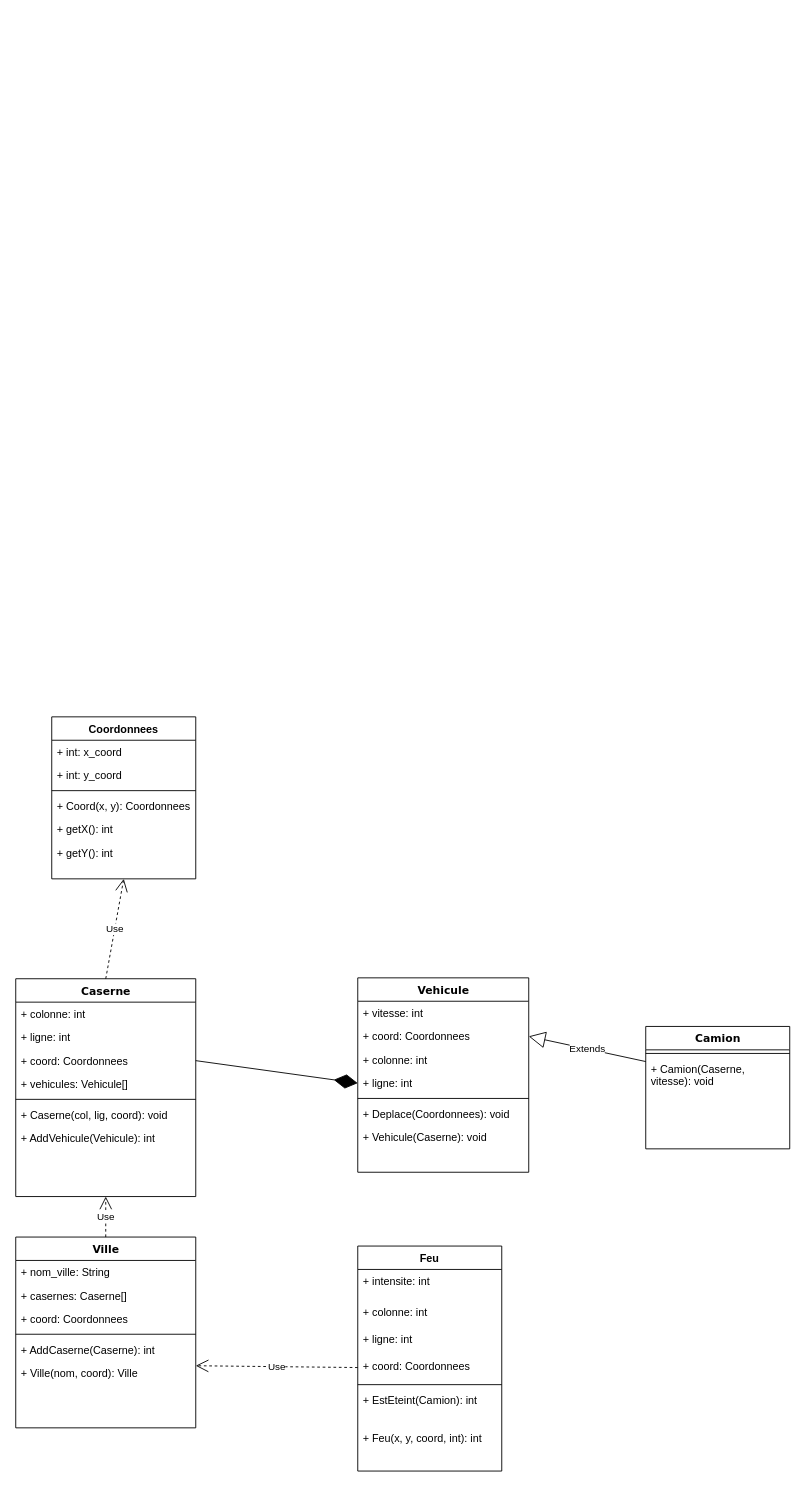
Above: Archi_Schema/Diagramme_Classe_Simulateur.drawio in SimSua/projet_transversal (draw.io), before the change. Source tidied: cells renumbered, new cells numbered last; positions are measured from the earlier drawing's top-left corner, leaving out a move shared by most shapes. Both pictures are drawn from the tidied source at 90%, with x=0, y=0 at pixel (15, 716).
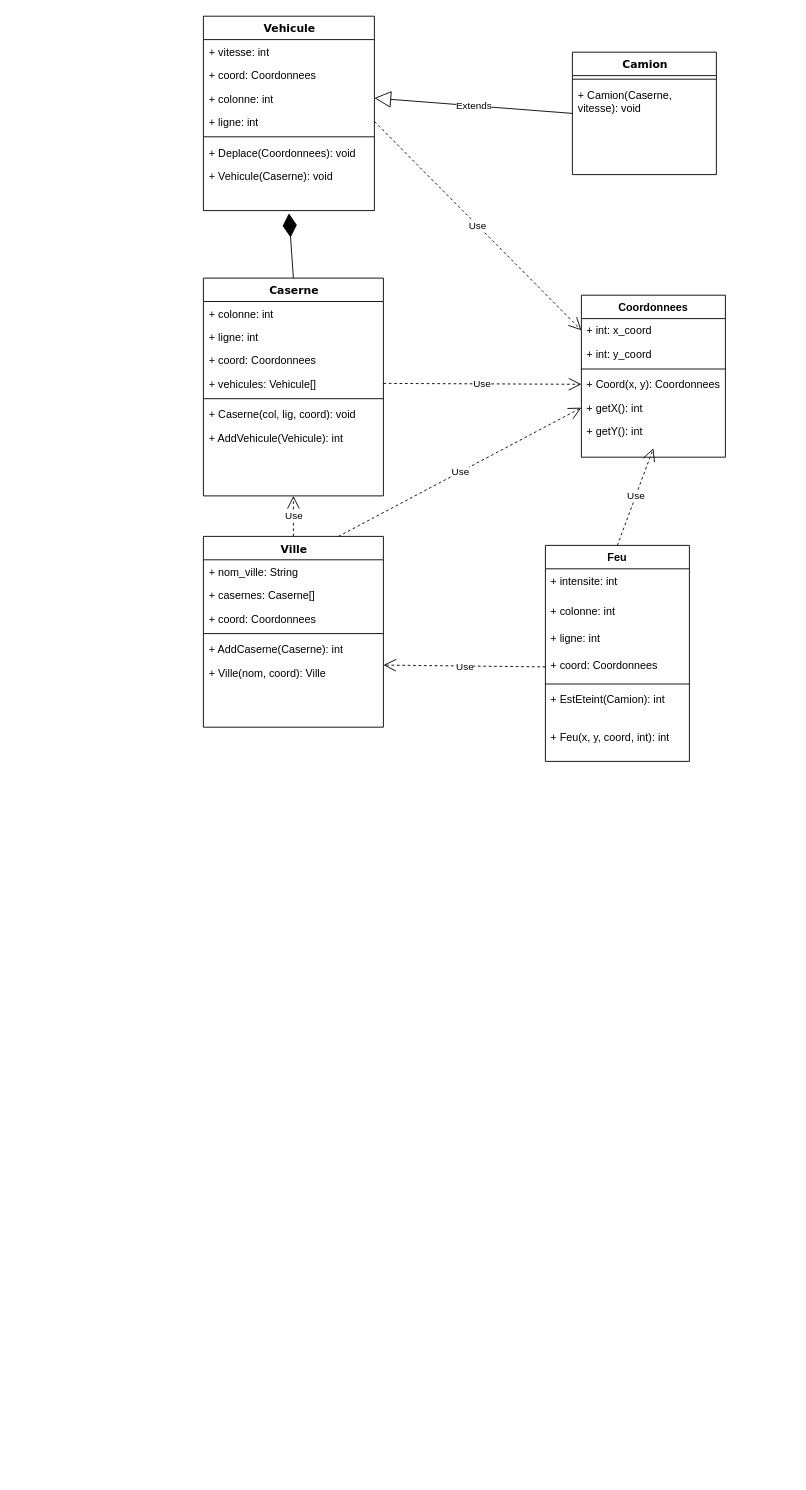
Above is the later version.

Commit message (it also covers changes not shown here):
Changement sur les schémas de classe

The change refers to these unchanged cells:
```xml
<mxCell id="5" value="+ coord: Coordonnees" style="text;html=1;strokeColor=none;fillColor=none;align=left;verticalAlign=top;spacingLeft=4;spacingRight=4;whiteSpace=wrap;overflow=hidden;points=[[0,0.5],[1,0.5]];portConstraint=eastwest;" parent="2" vertex="1">
  <mxGeometry y="78" width="200" height="26" as="geometry" />
</mxCell>
<mxCell id="6" value="+ vehicules: Vehicule[]" style="text;html=1;strokeColor=none;fillColor=none;align=left;verticalAlign=top;spacingLeft=4;spacingRight=4;whiteSpace=wrap;overflow=hidden;points=[[0,0.5],[1,0.5]];portConstraint=eastwest;" parent="2" vertex="1">
  <mxGeometry y="104" width="200" height="26" as="geometry" />
</mxCell>
<mxCell id="12" value="+ coord: Coordonnees" style="text;html=1;strokeColor=none;fillColor=none;align=left;verticalAlign=top;spacingLeft=4;spacingRight=4;whiteSpace=wrap;overflow=hidden;points=[[0,0.5],[1,0.5]];portConstraint=eastwest;" parent="10" vertex="1">
  <mxGeometry y="52" width="190" height="26" as="geometry" />
</mxCell>
<mxCell id="13" value="+ colonne: int" style="text;html=1;strokeColor=none;fillColor=none;align=left;verticalAlign=top;spacingLeft=4;spacingRight=4;whiteSpace=wrap;overflow=hidden;points=[[0,0.5],[1,0.5]];portConstraint=eastwest;" parent="10" vertex="1">
  <mxGeometry y="78" width="190" height="26" as="geometry" />
</mxCell>
<mxCell id="14" value="+ ligne: int" style="text;html=1;strokeColor=none;fillColor=none;align=left;verticalAlign=top;spacingLeft=4;spacingRight=4;whiteSpace=wrap;overflow=hidden;points=[[0,0.5],[1,0.5]];portConstraint=eastwest;" parent="10" vertex="1">
  <mxGeometry y="104" width="190" height="26" as="geometry" />
</mxCell>
<mxCell id="17" value="+ Vehicule(Caserne): void" style="text;html=1;strokeColor=none;fillColor=none;align=left;verticalAlign=top;spacingLeft=4;spacingRight=4;whiteSpace=wrap;overflow=hidden;points=[[0,0.5],[1,0.5]];portConstraint=eastwest;" parent="10" vertex="1">
  <mxGeometry y="164" width="190" height="52" as="geometry" />
</mxCell>
<mxCell id="32" value="+ coord: Coordonnees&#10;" style="text;strokeColor=none;fillColor=none;align=left;verticalAlign=top;spacingLeft=4;spacingRight=4;overflow=hidden;points=[[0,0.5],[1,0.5]];portConstraint=eastwest;" parent="28" vertex="1">
  <mxGeometry y="120" width="160" height="30" as="geometry" />
</mxCell>
<mxCell id="41" value="+ int: x_coord&#10;" style="text;strokeColor=none;fillColor=none;align=left;verticalAlign=top;spacingLeft=4;spacingRight=4;overflow=hidden;points=[[0,0.5],[1,0.5]];portConstraint=eastwest;" parent="40" vertex="1">
  <mxGeometry y="26" width="160" height="26" as="geometry" />
</mxCell>
<mxCell id="44" value="+ Coord(x, y): Coordonnees" style="text;strokeColor=none;fillColor=none;align=left;verticalAlign=top;spacingLeft=4;spacingRight=4;overflow=hidden;points=[[0,0.5],[1,0.5]];portConstraint=eastwest;" parent="40" vertex="1">
  <mxGeometry y="86" width="160" height="26" as="geometry" />
</mxCell>
<mxCell id="45" value="+ getX(): int" style="text;strokeColor=none;fillColor=none;align=left;verticalAlign=top;spacingLeft=4;spacingRight=4;overflow=hidden;points=[[0,0.5],[1,0.5]];portConstraint=eastwest;" parent="40" vertex="1">
  <mxGeometry y="112" width="160" height="26" as="geometry" />
</mxCell>
<mxCell id="46" value="+ getY(): int" style="text;strokeColor=none;fillColor=none;align=left;verticalAlign=top;spacingLeft=4;spacingRight=4;overflow=hidden;points=[[0,0.5],[1,0.5]];portConstraint=eastwest;" parent="40" vertex="1">
  <mxGeometry y="138" width="160" height="42" as="geometry" />
</mxCell>
```

Change to the diagram source:
```diff
@@
     <mxCell id="2" value="Caserne" style="swimlane;html=1;fontStyle=1;align=center;verticalAlign=top;horizontal=1;startSize=26;swimlaneFillColor=#ffffff;rounded=0;shadow=0;comic=0;labelBackgroundColor=none;strokeWidth=1;fillColor=none;fontFamily=Verdana;fontSize=12;" parent="1" vertex="1">
-      <mxGeometry y="291" width="200" height="242" as="geometry" />
+      <mxGeometry x="208.5" y="-487.5" width="200" height="242" as="geometry" />
     </mxCell>
@@
     <mxCell id="10" value="Vehicule" style="swimlane;html=1;fontStyle=1;align=center;verticalAlign=top;horizontal=1;startSize=26;swimlaneFillColor=#ffffff;rounded=0;shadow=0;comic=0;labelBackgroundColor=none;strokeWidth=1;fillColor=none;fontFamily=Verdana;fontSize=12;" parent="1" vertex="1">
-      <mxGeometry x="380" y="290" width="190" height="216" as="geometry" />
+      <mxGeometry x="208.5" y="-778.5" width="190" height="216" as="geometry" />
     </mxCell>
@@
     <mxCell id="18" value="Camion&lt;br&gt;" style="swimlane;html=1;fontStyle=1;align=center;verticalAlign=top;horizontal=1;startSize=26;swimlaneFillColor=#ffffff;rounded=0;shadow=0;comic=0;labelBackgroundColor=none;strokeWidth=1;fillColor=none;fontFamily=Verdana;fontSize=12;" parent="1" vertex="1">
-      <mxGeometry x="700" y="344" width="160" height="136" as="geometry" />
+      <mxGeometry x="618.5" y="-738.5" width="160" height="136" as="geometry" />
     </mxCell>
@@
     <mxCell id="21" value="Ville" style="swimlane;html=1;fontStyle=1;align=center;verticalAlign=top;horizontal=1;startSize=26;swimlaneFillColor=#ffffff;rounded=0;shadow=0;comic=0;labelBackgroundColor=none;strokeWidth=1;fillColor=none;fontFamily=Verdana;fontSize=12;" parent="1" vertex="1">
-      <mxGeometry y="578" width="200" height="212" as="geometry" />
+      <mxGeometry x="208.5" y="-200.5" width="200" height="212" as="geometry" />
     </mxCell>
@@
     <mxCell id="28" value="Feu" style="swimlane;fontStyle=1;align=center;verticalAlign=top;horizontal=1;startSize=26;" parent="1" vertex="1">
-      <mxGeometry x="380" y="588" width="160" height="250" as="geometry" />
+      <mxGeometry x="588.5" y="-190.5" width="160" height="240" as="geometry" />
     </mxCell>
@@
     <mxCell id="35" value="+ Feu(x, y, coord, int): int" style="text;strokeColor=none;fillColor=none;align=left;verticalAlign=top;spacingLeft=4;spacingRight=4;overflow=hidden;" parent="28" vertex="1">
-      <mxGeometry y="200" width="160" height="50" as="geometry" />
+      <mxGeometry y="200" width="160" height="40" as="geometry" />
     </mxCell>
-    <mxCell id="36" value="Extends" style="endArrow=block;endSize=16;endFill=0;html=1;entryX=1;entryY=0.5;entryDx=0;entryDy=0;exitX=0;exitY=0.5;exitDx=0;exitDy=0;" parent="1" edge="1" target="12">
-      <mxGeometry relative="1" as="geometry">
-        <mxPoint x="700" y="383" as="sourcePoint" />
-      </mxGeometry>
+    <mxCell id="36" value="Extends" style="endArrow=block;endSize=16;endFill=0;html=1;entryX=1;entryY=0.5;entryDx=0;entryDy=0;exitX=0;exitY=0.5;exitDx=0;exitDy=0;" parent="1" edge="1" source="18" target="13">
+      <mxGeometry relative="1" as="geometry" />
     </mxCell>
-    <mxCell id="37" style="endArrow=diamondThin;endFill=1;endSize=24;html=1;entryX=0;entryY=0.5;entryDx=0;entryDy=0;exitX=1;exitY=0.5;exitDx=0;exitDy=0;" parent="1" edge="1" source="5">
-      <mxGeometry relative="1" as="geometry">
-        <mxPoint x="380" y="407" as="targetPoint" />
-      </mxGeometry>
+    <mxCell id="37" style="endArrow=diamondThin;endFill=1;endSize=24;html=1;exitX=0.5;exitY=0;exitDx=0;exitDy=0;entryX=0.5;entryY=1.058;entryDx=0;entryDy=0;entryPerimeter=0;" parent="1" edge="1" source="2" target="17">
+      <mxGeometry relative="1" as="geometry" />
     </mxCell>
@@
     <mxCell id="39" value="Use" style="endArrow=open;endSize=12;dashed=1;html=1;exitX=0;exitY=0.5;exitDx=0;exitDy=0;entryX=1;entryY=0.5;entryDx=0;entryDy=0;" parent="1" edge="1" source="32">
       <mxGeometry relative="1" as="geometry">
-        <mxPoint x="200" y="721" as="targetPoint" />
+        <mxPoint x="408.5" y="-57.5" as="targetPoint" />
       </mxGeometry>
     </mxCell>
     <mxCell id="40" value="Coordonnees" style="swimlane;fontStyle=1;align=center;verticalAlign=top;horizontal=1;startSize=26;" parent="1" vertex="1">
-      <mxGeometry x="40" width="160" height="180" as="geometry" />
+      <mxGeometry x="628.5" y="-468.5" width="160" height="180" as="geometry" />
     </mxCell>
@@
-    <mxCell id="47" value="Use" style="endArrow=open;endSize=12;dashed=1;html=1;exitX=0.5;exitY=0;exitDx=0;exitDy=0;entryX=0.5;entryY=1;entryDx=0;entryDy=0;entryPerimeter=0;" parent="1" edge="1" source="2" target="46">
+    <mxCell id="47" value="Use" style="endArrow=open;endSize=12;dashed=1;html=1;exitX=1;exitY=0.5;exitDx=0;exitDy=0;entryX=0;entryY=0.5;entryDx=0;entryDy=0;" parent="1" edge="1" source="6" target="44">
       <mxGeometry relative="1" as="geometry" />
     </mxCell>
+    <mxCell id="48" value="Use" style="endArrow=open;endSize=12;dashed=1;html=1;exitX=0.5;exitY=0;exitDx=0;exitDy=0;entryX=0.5;entryY=0.762;entryDx=0;entryDy=0;entryPerimeter=0;" parent="1" edge="1" source="28" target="46">
+      <mxGeometry relative="1" as="geometry" />
+    </mxCell>
+    <mxCell id="49" value="Use" style="endArrow=open;endSize=12;dashed=1;html=1;exitX=0.75;exitY=0;exitDx=0;exitDy=0;entryX=0;entryY=0.5;entryDx=0;entryDy=0;" parent="1" edge="1" source="21" target="45">
+      <mxGeometry relative="1" as="geometry" />
+    </mxCell>
+    <mxCell id="50" value="Use" style="endArrow=open;endSize=12;dashed=1;html=1;exitX=1;exitY=0.5;exitDx=0;exitDy=0;entryX=0;entryY=0.5;entryDx=0;entryDy=0;" parent="1" edge="1" source="14" target="41">
+      <mxGeometry relative="1" as="geometry" />
+    </mxCell>
```
